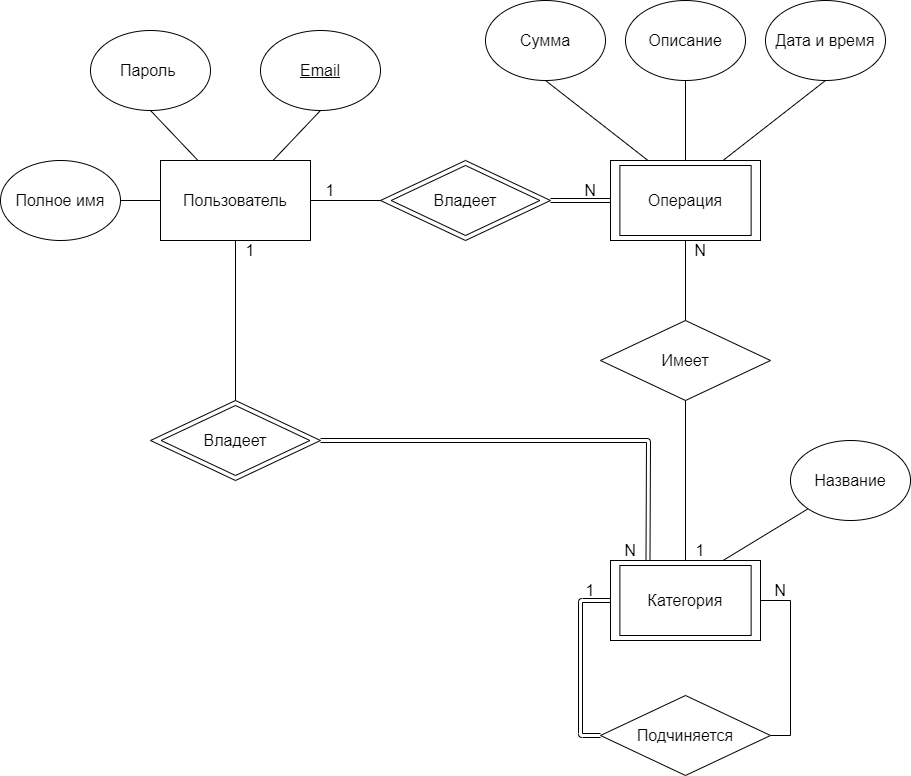
Infernal-Silence/accountr keeps this draw.io diagram as doc/conceptual_model.png. Above is the earlier version. Source tidied: cells renumbered, new cells last; positions are measured from the earlier drawing's top-left corner, leaving out a move shared by most shapes.
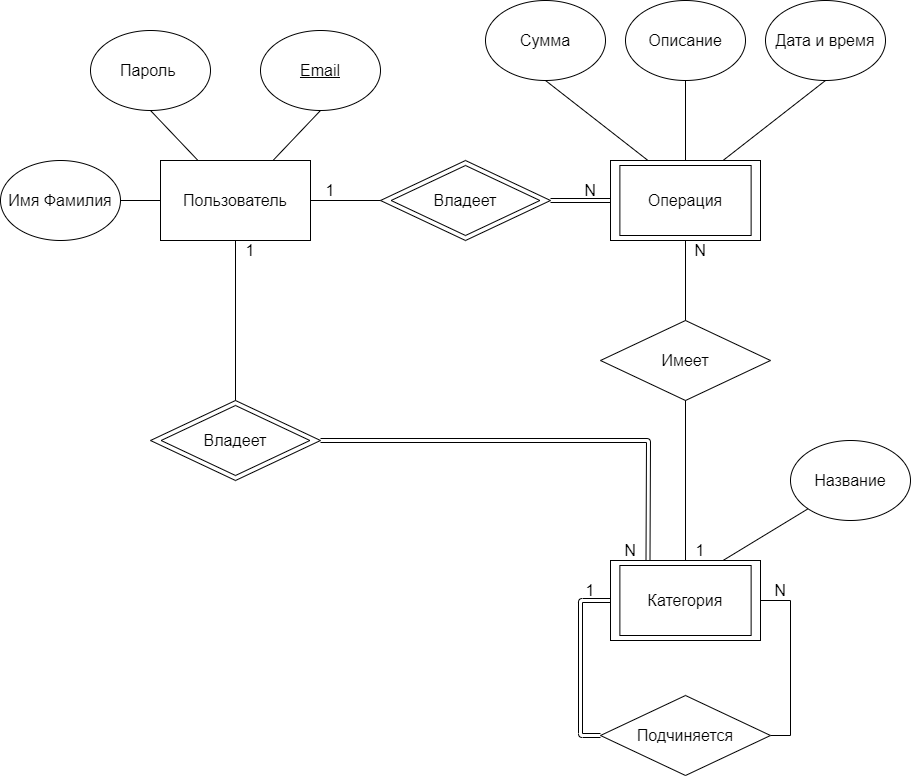
The same file after the commit.

Commit message:
fix: поменял "Полное имя" на "Имя и Фамилия"

Diff of the diagram source:
```diff
@@ -66,7 +66,7 @@
     <mxCell id="19" value="Описание" style="ellipse;whiteSpace=wrap;html=1;fontStyle=0;fontSize=16;" parent="1" vertex="1">
       <mxGeometry x="625" width="120" height="80" as="geometry" />
     </mxCell>
-    <mxCell id="20" value="Полное имя" style="ellipse;whiteSpace=wrap;html=1;fontSize=16;" parent="1" vertex="1">
+    <mxCell id="20" value="Имя Фамилия" style="ellipse;whiteSpace=wrap;html=1;fontSize=16;" parent="1" vertex="1">
       <mxGeometry y="160" width="120" height="80" as="geometry" />
     </mxCell>
     <mxCell id="21" value="Дата и время" style="ellipse;whiteSpace=wrap;html=1;fontStyle=0;fontSize=16;" parent="1" vertex="1">
```
